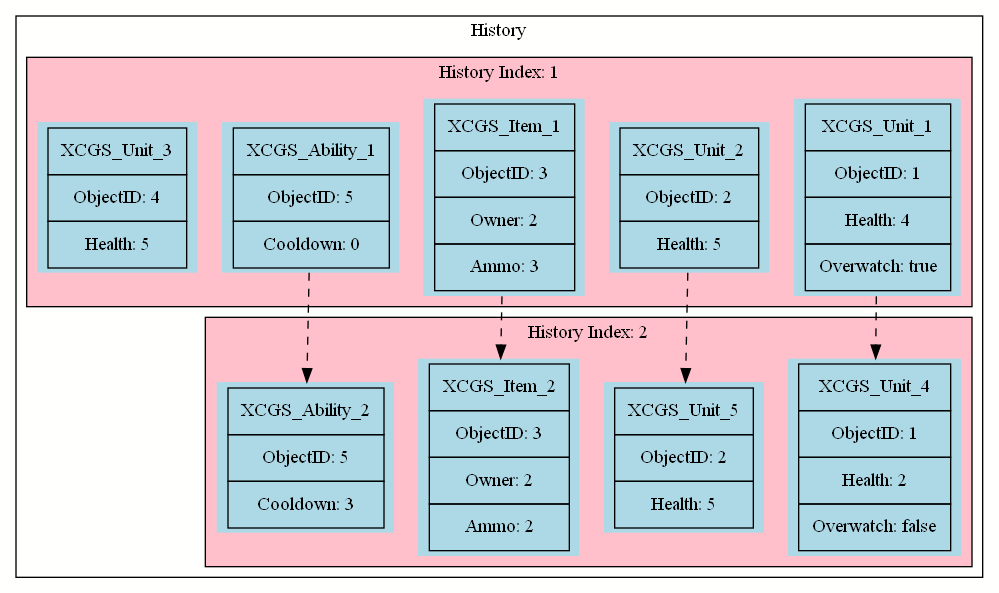
Before: static/img/history/frames.png, a diagram exported from Graphviz (robojumper/robojumper.github.io). Its source is kept beside it as raw/history/frames.dot.
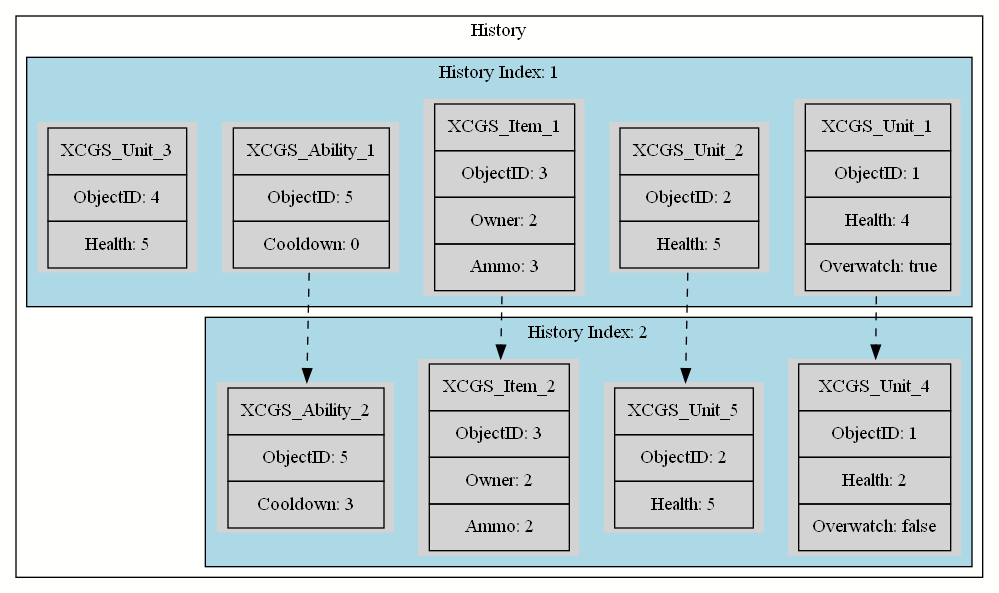
The same diagram one commit later.

Commit message:
Forgot updating one image

Diff of the diagram source:
```diff
@@ -7,33 +7,33 @@
 
         subgraph cluster_frame1 {
             label="History Index: 1";
-            bgcolor="pink";
-            unit_1_1 [shape = none, style=filled, fillcolor=lightblue, label = <<table border="0" cellspacing="0" cellpadding="9">
+            bgcolor="lightblue";
+            unit_1_1 [shape = none, style=filled, label = <<table border="0" cellspacing="0" cellpadding="9">
                 <tr><td border="1">XCGS_Unit_1</td></tr>
                 <tr><td border="1">ObjectID: 1</td></tr>
                 <tr><td border="1">Health: 4</td></tr>
                 <tr><td border="1">Overwatch: true</td></tr>
                 </table>>];
-            unit_1_2 [shape = none, style=filled, fillcolor=lightblue, label = <<table border="0" cellspacing="0" cellpadding="9">
+            unit_1_2 [shape = none, style=filled, label = <<table border="0" cellspacing="0" cellpadding="9">
                 <tr><td border="1">XCGS_Unit_2</td></tr>
                 <tr><td border="1">ObjectID: 2</td></tr>
                 <tr><td border="1">Health: 5</td></tr>
                 </table>>];
 
-            weapon_1_3 [shape = none, style=filled, fillcolor=lightblue, label = <<table border="0" cellspacing="0" cellpadding="9">
+            weapon_1_3 [shape = none, style=filled, label = <<table border="0" cellspacing="0" cellpadding="9">
                 <tr><td border="1">XCGS_Item_1</td></tr>
                 <tr><td border="1">ObjectID: 3</td></tr>
                 <tr><td border="1">Owner: 2</td></tr>
                 <tr><td border="1">Ammo: 3</td></tr>
                 </table>>];
 
-            ability_1_5 [shape = none, style=filled, fillcolor=lightblue, label = <<table border="0" cellspacing="0" cellpadding="9">
+            ability_1_5 [shape = none, style=filled, label = <<table border="0" cellspacing="0" cellpadding="9">
                 <tr><td border="1">XCGS_Ability_1</td></tr>
                 <tr><td border="1">ObjectID: 5</td></tr>
                 <tr><td border="1">Cooldown: 0</td></tr>
                 </table>>];
 
-            unit_1_4 [shape = none, style=filled, fillcolor=lightblue, label = <<table border="0" cellspacing="0" cellpadding="9">
+            unit_1_4 [shape = none, style=filled, label = <<table border="0" cellspacing="0" cellpadding="9">
                 <tr><td border="1">XCGS_Unit_3</td></tr>
                 <tr><td border="1">ObjectID: 4</td></tr>
                 <tr><td border="1">Health: 5</td></tr>
@@ -42,29 +42,29 @@
 
         subgraph cluster_frame2 {
             label="History Index: 2";
-            bgcolor="pink";
+            bgcolor="lightblue";
 
-            unit_2_1 [shape = none, style=filled, fillcolor=lightblue, label = <<table border="0" cellspacing="0" cellpadding="9">
+            unit_2_1 [shape = none, style=filled, label = <<table border="0" cellspacing="0" cellpadding="9">
                 <tr><td border="1">XCGS_Unit_4</td></tr>
                 <tr><td border="1">ObjectID: 1</td></tr>
                 <tr><td border="1">Health: 2</td></tr>
                 <tr><td border="1">Overwatch: false</td></tr>
                 </table>>];
 
-            unit_2_2 [shape = none, style=filled, fillcolor=lightblue, label = <<table border="0" cellspacing="0" cellpadding="9">
+            unit_2_2 [shape = none, style=filled, label = <<table border="0" cellspacing="0" cellpadding="9">
                 <tr><td border="1">XCGS_Unit_5</td></tr>
                 <tr><td border="1">ObjectID: 2</td></tr>
                 <tr><td border="1">Health: 5</td></tr>
                 </table>>];
 
-            weapon_2_3 [shape = none, style=filled, fillcolor=lightblue, label = <<table border="0" cellspacing="0" cellpadding="9">
+            weapon_2_3 [shape = none, style=filled, label = <<table border="0" cellspacing="0" cellpadding="9">
                 <tr><td border="1">XCGS_Item_2</td></tr>
                 <tr><td border="1">ObjectID: 3</td></tr>
                 <tr><td border="1">Owner: 2</td></tr>
                 <tr><td border="1">Ammo: 2</td></tr>
                 </table>>];
 
-            ability_2_5 [shape = none, style=filled, fillcolor=lightblue, label = <<table border="0" cellspacing="0" cellpadding="9">
+            ability_2_5 [shape = none, style=filled, label = <<table border="0" cellspacing="0" cellpadding="9">
                 <tr><td border="1">XCGS_Ability_2</td></tr>
                 <tr><td border="1">ObjectID: 5</td></tr>
                 <tr><td border="1">Cooldown: 3</td></tr>
```
